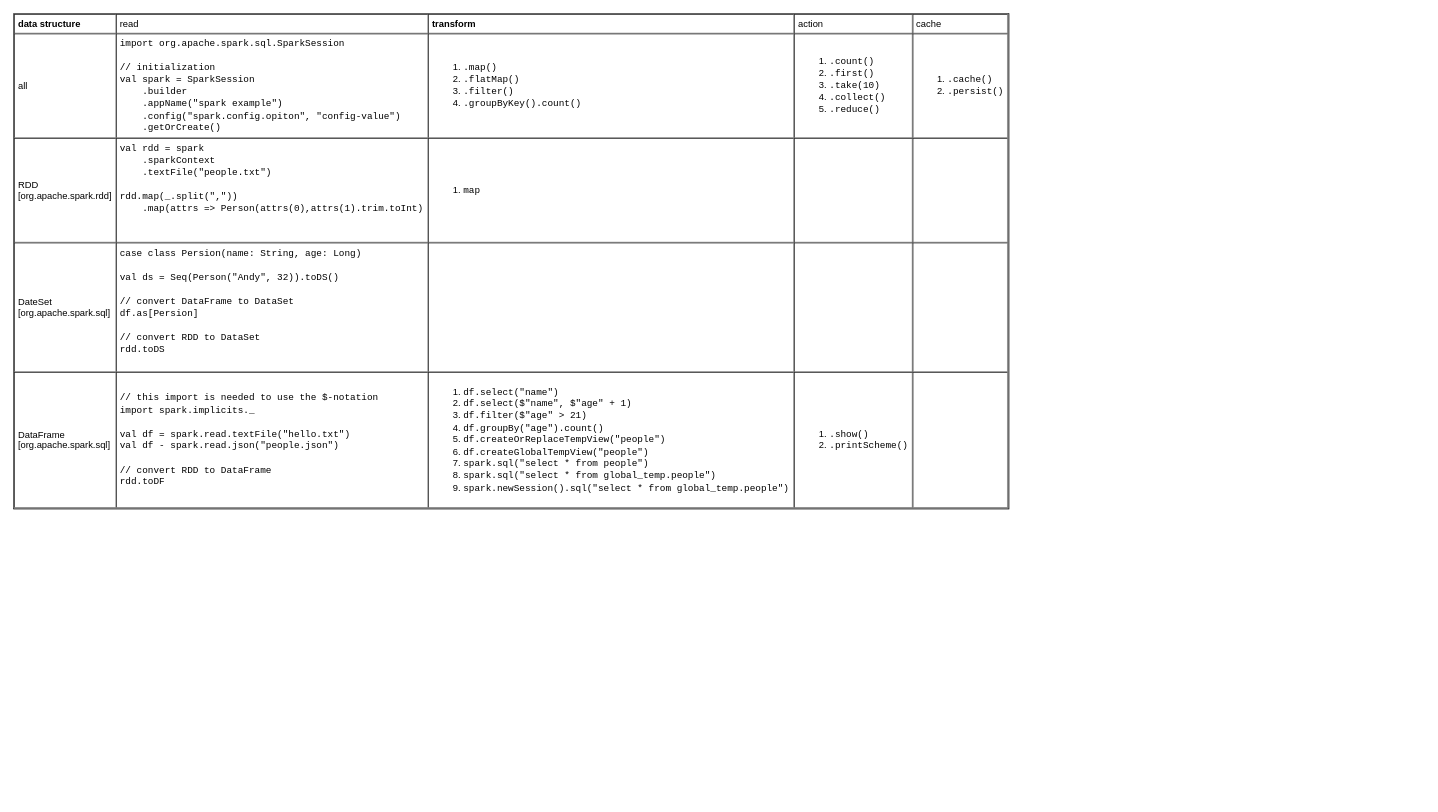
Earlier version of the draw.io diagram page "process" (3 of 4) of languages/scala/spark.drawio (yangdj/tf_docs). Source tidied: cells renumbered, new cells numbered last; positions are measured from the earlier drawing's top-left corner, leaving out a move shared by most shapes. Both pictures are drawn from the tidied source at 78%, with x=0, y=0 at pixel (13, 13).
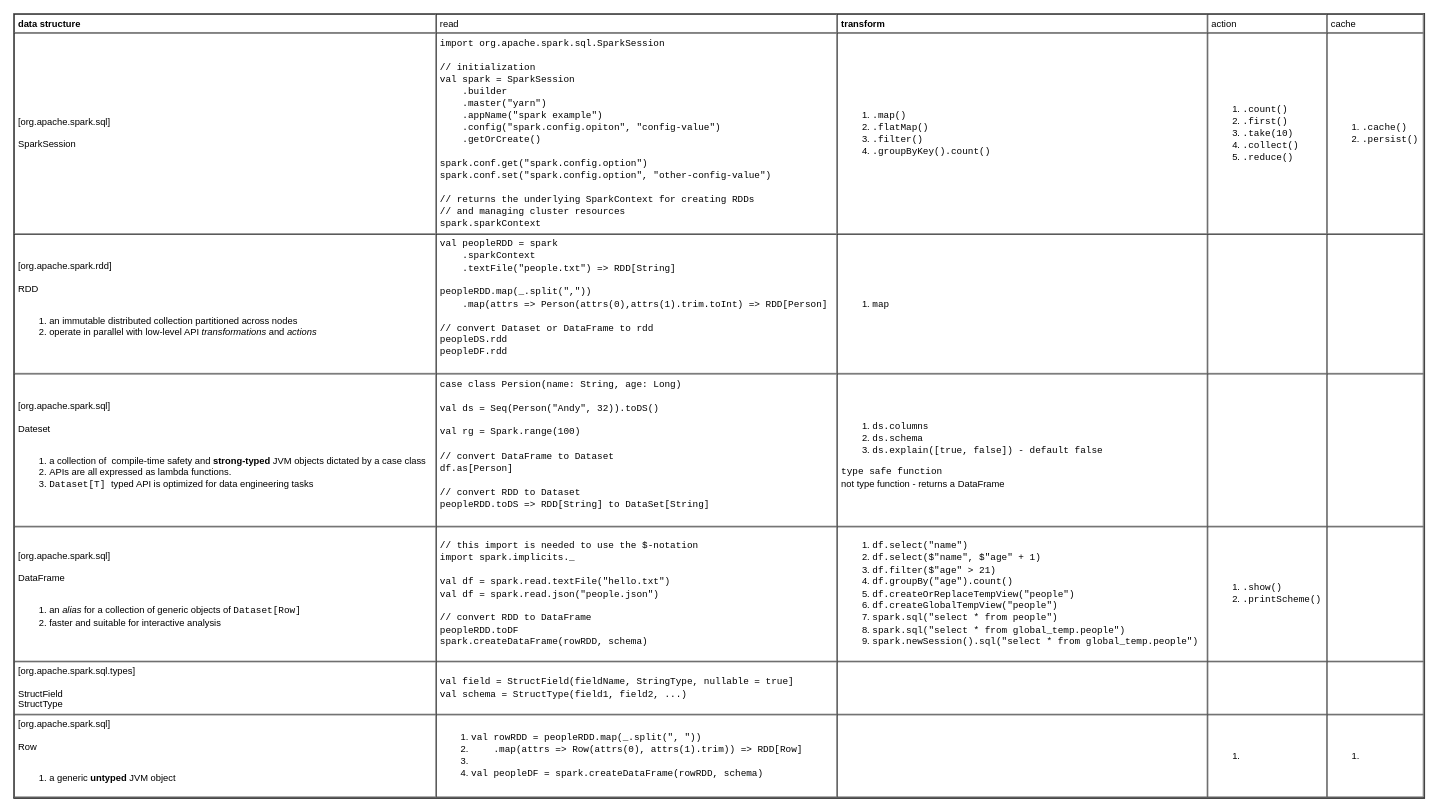
The same diagram, later.

Diff of the diagram source:
```diff
@@
 <mxGraphModel>
   <root>
     <mxCell id="0" />
     <mxCell id="1" parent="0" />
-    <mxCell id="2" value="&lt;table cellpadding=&quot;4&quot; cellspacing=&quot;0&quot; border=&quot;1&quot; style=&quot;font-size: 1em ; width: 100% ; height: 100%&quot;&gt;&lt;tbody&gt;&lt;tr&gt;&lt;th&gt;data structure&lt;br&gt;&lt;/th&gt;&lt;td&gt;read&lt;/td&gt;&lt;th&gt;transform&lt;/th&gt;&lt;td&gt;action&lt;/td&gt;&lt;td&gt;cache&lt;/td&gt;&lt;/tr&gt;&lt;tr&gt;&lt;td&gt;all&lt;/td&gt;&lt;td&gt;&lt;div&gt;&lt;span style=&quot;font-family: &amp;#34;courier new&amp;#34;&quot;&gt;import org.apache.spark.sql.SparkSession&lt;/span&gt;&lt;span style=&quot;font-family: &amp;#34;courier new&amp;#34;&quot;&gt;&lt;br&gt;&lt;/span&gt;&lt;/div&gt;&lt;div&gt;&lt;span style=&quot;font-family: &amp;#34;courier new&amp;#34;&quot;&gt;&lt;br&gt;&lt;/span&gt;&lt;/div&gt;&lt;div&gt;&lt;span style=&quot;font-family: &amp;#34;courier new&amp;#34;&quot;&gt;// initialization&lt;/span&gt;&lt;/div&gt;&lt;div&gt;&lt;span style=&quot;font-family: &amp;#34;courier new&amp;#34;&quot;&gt;val spark = SparkSession&lt;/span&gt;&lt;/div&gt;&lt;div&gt;&lt;span style=&quot;font-family: &amp;#34;courier new&amp;#34;&quot;&gt;&amp;nbsp; &amp;nbsp; .builder&lt;/span&gt;&lt;/div&gt;&lt;div&gt;&lt;span style=&quot;font-family: &amp;#34;courier new&amp;#34;&quot;&gt;&amp;nbsp; &amp;nbsp; .appName(&quot;spark example&quot;)&lt;/span&gt;&lt;/div&gt;&lt;div&gt;&lt;font face=&quot;courier new&quot;&gt;&amp;nbsp; &amp;nbsp; .config(&quot;spark.config.opiton&quot;, &quot;config-value&quot;)&lt;/font&gt;&lt;/div&gt;&lt;div&gt;&lt;span style=&quot;font-family: &amp;#34;courier new&amp;#34;&quot;&gt;&amp;nbsp; &amp;nbsp; .getOrCreate()&lt;/span&gt;&lt;/div&gt;&lt;/td&gt;&lt;td&gt;&lt;ol&gt;&lt;li&gt;&lt;font face=&quot;Courier New&quot;&gt;.map()&lt;/font&gt;&lt;/li&gt;&lt;li&gt;&lt;font face=&quot;Courier New&quot;&gt;.flatMap()&lt;/font&gt;&lt;/li&gt;&lt;li&gt;&lt;font face=&quot;Courier New&quot;&gt;.filter()&lt;/font&gt;&lt;/li&gt;&lt;li&gt;&lt;font face=&quot;Courier New&quot;&gt;.groupByKey().count()&lt;/font&gt;&lt;/li&gt;&lt;/ol&gt;&lt;/td&gt;&lt;td&gt;&lt;ol&gt;&lt;li&gt;&lt;span style=&quot;font-family: &amp;#34;courier new&amp;#34; ; font-size: 1em&quot;&gt;.count()&lt;/span&gt;&lt;br&gt;&lt;/li&gt;&lt;li&gt;&lt;font face=&quot;Courier New&quot;&gt;.first()&lt;/font&gt;&lt;/li&gt;&lt;li&gt;&lt;font face=&quot;Courier New&quot;&gt;.take(10)&lt;/font&gt;&lt;/li&gt;&lt;li&gt;&lt;font face=&quot;Courier New&quot;&gt;.collect()&lt;/font&gt;&lt;/li&gt;&lt;li&gt;&lt;font face=&quot;Courier New&quot;&gt;.reduce()&lt;/font&gt;&lt;/li&gt;&lt;/ol&gt;&lt;/td&gt;&lt;td&gt;&lt;ol&gt;&lt;li&gt;&lt;font face=&quot;Courier New&quot;&gt;.cache()&lt;/font&gt;&lt;/li&gt;&lt;li&gt;&lt;font face=&quot;Courier New&quot;&gt;.persist()&lt;/font&gt;&lt;/li&gt;&lt;/ol&gt;&lt;/td&gt;&lt;/tr&gt;&lt;tr&gt;&lt;td&gt;RDD&lt;br&gt;[org.apache.spark.rdd]&lt;/td&gt;&lt;td&gt;&lt;font face=&quot;Courier New&quot;&gt;val rdd = spark&lt;br&gt;&amp;nbsp; &amp;nbsp; .sparkContext&lt;br&gt;&amp;nbsp; &amp;nbsp; .textFile(&quot;people.txt&quot;)&lt;br&gt;&lt;br&gt;rdd.map(_.split(&quot;,&quot;))&lt;br&gt;&amp;nbsp; &amp;nbsp; .map(attrs =&amp;gt; Person(attrs(0),attrs(1).trim.toInt)&lt;br&gt;&lt;br&gt;&lt;br&gt;&lt;/font&gt;&lt;/td&gt;&lt;td&gt;&lt;ol&gt;&lt;li&gt;&lt;font face=&quot;Courier New&quot;&gt;map&lt;/font&gt;&lt;/li&gt;&lt;/ol&gt;&lt;/td&gt;&lt;td&gt;&lt;br&gt;&lt;/td&gt;&lt;td&gt;&lt;br&gt;&lt;/td&gt;&lt;/tr&gt;&lt;tr&gt;&lt;td&gt;DateSet&lt;br&gt;[org.apache.spark.sql]&lt;/td&gt;&lt;td&gt;&lt;font face=&quot;Courier New&quot;&gt;case class Persion(name: String, age: Long)&lt;br&gt;&lt;br&gt;val ds = Seq(Person(&quot;Andy&quot;, 32)).toDS()&lt;br&gt;&lt;br&gt;// convert DataFrame to DataSet&lt;br&gt;df.as[Persion]&lt;br&gt;&lt;br&gt;// convert RDD to DataSet&lt;br&gt;rdd.toDS&lt;br&gt;&lt;br&gt;&lt;/font&gt;&lt;/td&gt;&lt;td&gt;&lt;br&gt;&lt;/td&gt;&lt;td&gt;&lt;br&gt;&lt;/td&gt;&lt;td&gt;&lt;br&gt;&lt;/td&gt;&lt;/tr&gt;&lt;tr&gt;&lt;td&gt;DataFrame&lt;br&gt;[org.apache.spark.sql]&lt;br&gt;&lt;/td&gt;&lt;td&gt;&lt;div&gt;&lt;span style=&quot;font-family: &amp;#34;courier new&amp;#34;&quot;&gt;// this import is needed to use the $-notation&lt;/span&gt;&lt;br style=&quot;font-family: &amp;#34;courier new&amp;#34;&quot;&gt;&lt;span style=&quot;font-family: &amp;#34;courier new&amp;#34;&quot;&gt;import spark.implicits._&lt;/span&gt;&lt;font face=&quot;Courier New&quot;&gt;&lt;br&gt;&lt;/font&gt;&lt;/div&gt;&lt;div&gt;&lt;span style=&quot;font-family: &amp;#34;courier new&amp;#34;&quot;&gt;&lt;br&gt;&lt;/span&gt;&lt;/div&gt;&lt;font face=&quot;Courier New&quot;&gt;val df = spark.read.textFile(&quot;hello.txt&quot;)&lt;br&gt;val df - spark.read.json(&quot;people.json&quot;)&lt;br&gt;&lt;br&gt;// convert RDD to DataFrame&lt;br&gt;&lt;/font&gt;&lt;span style=&quot;font-family: &amp;#34;courier new&amp;#34;&quot;&gt;rdd.toDF&lt;/span&gt;&lt;br&gt;&lt;/td&gt;&lt;td&gt;&lt;div&gt;&lt;ol&gt;&lt;li&gt;&lt;font face=&quot;Courier New&quot;&gt;df.select(&quot;name&quot;)&lt;/font&gt;&lt;/li&gt;&lt;li&gt;&lt;font face=&quot;Courier New&quot;&gt;df.select($&quot;name&quot;, $&quot;age&quot; + 1)&lt;/font&gt;&lt;/li&gt;&lt;li&gt;&lt;font face=&quot;Courier New&quot;&gt;df.filter($&quot;age&quot; &amp;gt; 21)&lt;/font&gt;&lt;/li&gt;&lt;li&gt;&lt;font face=&quot;Courier New&quot;&gt;df.groupBy(&quot;age&quot;).count()&lt;/font&gt;&lt;/li&gt;&lt;li&gt;&lt;font face=&quot;Courier New&quot;&gt;df.createOrReplaceTempView(&quot;people&quot;)&lt;/font&gt;&lt;/li&gt;&lt;li&gt;&lt;font face=&quot;Courier New&quot;&gt;df.createGlobalTempView(&quot;people&quot;)&lt;/font&gt;&lt;/li&gt;&lt;li&gt;&lt;font face=&quot;Courier New&quot;&gt;spark.sql(&quot;select * from people&quot;)&lt;/font&gt;&lt;/li&gt;&lt;li&gt;&lt;font face=&quot;Courier New&quot;&gt;spark.sql(&quot;select * from global_temp.people&quot;)&lt;/font&gt;&lt;/li&gt;&lt;li&gt;&lt;font face=&quot;Courier New&quot;&gt;spark.newSession().sql(&quot;select * from global_temp.people&quot;)&lt;/font&gt;&lt;/li&gt;&lt;/ol&gt;&lt;/div&gt;&lt;/td&gt;&lt;td&gt;&lt;ol&gt;&lt;li&gt;&lt;font face=&quot;Courier New&quot;&gt;.show()&lt;/font&gt;&lt;/li&gt;&lt;li&gt;&lt;span style=&quot;font-family: &amp;#34;courier new&amp;#34;&quot;&gt;.printScheme()&lt;/span&gt;&lt;/li&gt;&lt;/ol&gt;&lt;/td&gt;&lt;td&gt;&lt;br&gt;&lt;/td&gt;&lt;/tr&gt;&lt;/tbody&gt;&lt;/table&gt; " style="verticalAlign=top;align=left;overflow=fill;fontSize=12;fontFamily=Helvetica;html=1;fillColor=none;" parent="1" vertex="1">
-      <mxGeometry width="1276" height="635" as="geometry" />
+    <mxCell id="2" value="&lt;table cellpadding=&quot;4&quot; cellspacing=&quot;0&quot; border=&quot;1&quot; style=&quot;font-size: 1em ; width: 100% ; height: 100%&quot;&gt;&lt;tbody&gt;&lt;tr&gt;&lt;th&gt;data structure&lt;br&gt;&lt;/th&gt;&lt;td&gt;read&lt;/td&gt;&lt;th&gt;transform&lt;/th&gt;&lt;td&gt;action&lt;/td&gt;&lt;td&gt;cache&lt;/td&gt;&lt;/tr&gt;&lt;tr&gt;&lt;td&gt;[org.apache.spark.sql]&lt;br&gt;&lt;br&gt;SparkSession&lt;/td&gt;&lt;td&gt;&lt;div&gt;&lt;span style=&quot;font-family: &amp;#34;courier new&amp;#34;&quot;&gt;import org.apache.spark.sql.SparkSession&lt;/span&gt;&lt;span style=&quot;font-family: &amp;#34;courier new&amp;#34;&quot;&gt;&lt;br&gt;&lt;/span&gt;&lt;/div&gt;&lt;div&gt;&lt;span style=&quot;font-family: &amp;#34;courier new&amp;#34;&quot;&gt;&lt;br&gt;&lt;/span&gt;&lt;/div&gt;&lt;div&gt;&lt;span style=&quot;font-family: &amp;#34;courier new&amp;#34;&quot;&gt;// initialization&lt;/span&gt;&lt;/div&gt;&lt;div&gt;&lt;span style=&quot;font-family: &amp;#34;courier new&amp;#34;&quot;&gt;val spark = SparkSession&lt;/span&gt;&lt;/div&gt;&lt;div&gt;&lt;span style=&quot;font-family: &amp;#34;courier new&amp;#34;&quot;&gt;&amp;nbsp; &amp;nbsp; .builder&lt;/span&gt;&lt;/div&gt;&lt;div&gt;&lt;span style=&quot;font-family: &amp;#34;courier new&amp;#34;&quot;&gt;&amp;nbsp; &amp;nbsp; .master(&quot;yarn&quot;)&lt;/span&gt;&lt;/div&gt;&lt;div&gt;&lt;span style=&quot;font-family: &amp;#34;courier new&amp;#34;&quot;&gt;&amp;nbsp; &amp;nbsp; .appName(&quot;spark example&quot;)&lt;/span&gt;&lt;/div&gt;&lt;div&gt;&lt;font face=&quot;courier new&quot;&gt;&amp;nbsp; &amp;nbsp; .config(&quot;spark.config.opiton&quot;, &quot;config-value&quot;)&lt;/font&gt;&lt;/div&gt;&lt;div&gt;&lt;span style=&quot;font-family: &amp;#34;courier new&amp;#34;&quot;&gt;&amp;nbsp; &amp;nbsp; .getOrCreate()&lt;/span&gt;&lt;/div&gt;&lt;div&gt;&lt;span style=&quot;font-family: &amp;#34;courier new&amp;#34;&quot;&gt;&lt;br&gt;&lt;/span&gt;&lt;/div&gt;&lt;div&gt;&lt;span style=&quot;font-family: &amp;#34;courier new&amp;#34;&quot;&gt;spark.conf.get(&quot;spark.config.option&quot;)&lt;/span&gt;&lt;/div&gt;&lt;div&gt;&lt;span style=&quot;font-family: &amp;#34;courier new&amp;#34;&quot;&gt;spark.conf.set(&quot;spark.config.option&quot;, &quot;other-config-value&quot;)&lt;/span&gt;&lt;/div&gt;&lt;div&gt;&lt;font face=&quot;courier new&quot;&gt;&lt;br&gt;&lt;/font&gt;&lt;/div&gt;&lt;div&gt;&lt;font face=&quot;courier new&quot;&gt;// returns the underlying SparkContext for creating RDDs&amp;nbsp;&lt;/font&gt;&lt;/div&gt;&lt;div&gt;&lt;font face=&quot;courier new&quot;&gt;// and managing cluster resources&lt;/font&gt;&lt;/div&gt;&lt;div&gt;&lt;span style=&quot;font-family: &amp;#34;courier new&amp;#34;&quot;&gt;spark.sparkContext&lt;/span&gt;&lt;/div&gt;&lt;/td&gt;&lt;td&gt;&lt;ol&gt;&lt;li&gt;&lt;font face=&quot;Courier New&quot;&gt;.map()&lt;/font&gt;&lt;/li&gt;&lt;li&gt;&lt;font face=&quot;Courier New&quot;&gt;.flatMap()&lt;/font&gt;&lt;/li&gt;&lt;li&gt;&lt;font face=&quot;Courier New&quot;&gt;.filter()&lt;/font&gt;&lt;/li&gt;&lt;li&gt;&lt;font face=&quot;Courier New&quot;&gt;.groupByKey().count()&lt;/font&gt;&lt;/li&gt;&lt;/ol&gt;&lt;/td&gt;&lt;td&gt;&lt;ol&gt;&lt;li&gt;&lt;span style=&quot;font-family: &amp;#34;courier new&amp;#34; ; font-size: 1em&quot;&gt;.count()&lt;/span&gt;&lt;br&gt;&lt;/li&gt;&lt;li&gt;&lt;font face=&quot;Courier New&quot;&gt;.first()&lt;/font&gt;&lt;/li&gt;&lt;li&gt;&lt;font face=&quot;Courier New&quot;&gt;.take(10)&lt;/font&gt;&lt;/li&gt;&lt;li&gt;&lt;font face=&quot;Courier New&quot;&gt;.collect()&lt;/font&gt;&lt;/li&gt;&lt;li&gt;&lt;font face=&quot;Courier New&quot;&gt;.reduce()&lt;/font&gt;&lt;/li&gt;&lt;/ol&gt;&lt;/td&gt;&lt;td&gt;&lt;ol&gt;&lt;li&gt;&lt;font face=&quot;Courier New&quot;&gt;.cache()&lt;/font&gt;&lt;/li&gt;&lt;li&gt;&lt;font face=&quot;Courier New&quot;&gt;.persist()&lt;/font&gt;&lt;/li&gt;&lt;/ol&gt;&lt;/td&gt;&lt;/tr&gt;&lt;tr&gt;&lt;td&gt;[org.apache.spark.rdd]&lt;br&gt;&lt;br&gt;RDD&lt;br&gt;&lt;br&gt;&lt;ol&gt;&lt;li&gt;an immutable distributed collection partitioned across nodes&lt;/li&gt;&lt;li&gt;operate in parallel with low-level API&amp;nbsp;&lt;i style=&quot;font-size: 1em&quot;&gt;transformations&lt;/i&gt;&lt;span style=&quot;font-size: 1em&quot;&gt; and &lt;/span&gt;&lt;i style=&quot;font-size: 1em&quot;&gt;actions&lt;/i&gt;&lt;/li&gt;&lt;/ol&gt;&lt;/td&gt;&lt;td&gt;&lt;font face=&quot;Courier New&quot;&gt;val peopleRDD = spark&lt;br&gt;&amp;nbsp; &amp;nbsp; .sparkContext&lt;br&gt;&amp;nbsp; &amp;nbsp; .textFile(&quot;people.txt&quot;) =&amp;gt; RDD[String]&lt;br&gt;&lt;br&gt;peopleRDD.map(_.split(&quot;,&quot;))&lt;br&gt;&amp;nbsp; &amp;nbsp; .map(attrs =&amp;gt; Person(attrs(0),attrs(1).trim.toInt) =&amp;gt; RDD[Person]&lt;br&gt;&lt;br&gt;// convert Dataset or DataFrame to rdd&lt;br&gt;peopleDS.rdd&lt;br&gt;peopleDF.rdd&lt;br&gt;&lt;br&gt;&lt;/font&gt;&lt;/td&gt;&lt;td&gt;&lt;ol&gt;&lt;li&gt;&lt;font face=&quot;Courier New&quot;&gt;map&lt;/font&gt;&lt;/li&gt;&lt;/ol&gt;&lt;/td&gt;&lt;td&gt;&lt;br&gt;&lt;/td&gt;&lt;td&gt;&lt;br&gt;&lt;/td&gt;&lt;/tr&gt;&lt;tr&gt;&lt;td&gt;[org.apache.spark.sql]&lt;br&gt;&lt;br&gt;Dateset&lt;br&gt;&lt;br&gt;&lt;ol&gt;&lt;li&gt;a collection of&amp;nbsp; compile-time safety and&amp;nbsp;&lt;b&gt;strong-typed&lt;/b&gt; JVM objects dictated by a case class&lt;/li&gt;&lt;li&gt;APIs are all expressed as lambda functions.&lt;/li&gt;&lt;li&gt;&lt;font face=&quot;Courier New&quot;&gt;Dataset[T] &lt;/font&gt;typed API is optimized for data engineering tasks&lt;/li&gt;&lt;/ol&gt;&lt;/td&gt;&lt;td&gt;&lt;font face=&quot;Courier New&quot;&gt;case class Persion(name: String, age: Long)&lt;br&gt;&lt;br&gt;val ds = Seq(Person(&quot;Andy&quot;, 32)).toDS()&lt;br&gt;&lt;br&gt;val rg = Spark.range(100)&lt;br&gt;&lt;br&gt;// convert DataFrame to Dataset&lt;br&gt;df.as[Person]&lt;br&gt;&lt;br&gt;// convert RDD to Dataset&lt;br&gt;peopleRDD.toDS =&amp;gt; RDD[String] to DataSet[String]&lt;br&gt;&lt;br&gt;&lt;/font&gt;&lt;/td&gt;&lt;td&gt;&lt;ol&gt;&lt;li&gt;&lt;font face=&quot;Courier New&quot;&gt;ds.columns&lt;/font&gt;&lt;/li&gt;&lt;li&gt;&lt;font face=&quot;Courier New&quot;&gt;ds.schema&lt;/font&gt;&lt;/li&gt;&lt;li&gt;&lt;font face=&quot;Courier New&quot;&gt;ds.explain([true, false]) - default false&lt;/font&gt;&lt;/li&gt;&lt;/ol&gt;&lt;div&gt;&lt;font face=&quot;Courier New&quot;&gt;type safe function&lt;/font&gt;&lt;/div&gt;&lt;div&gt;not type function - returns a DataFrame&lt;/div&gt;&lt;/td&gt;&lt;td&gt;&lt;br&gt;&lt;/td&gt;&lt;td&gt;&lt;br&gt;&lt;/td&gt;&lt;/tr&gt;&lt;tr&gt;&lt;td&gt;[org.apache.spark.sql]&lt;br&gt;&lt;br&gt;DataFrame&lt;br&gt;&lt;br&gt;&lt;ol&gt;&lt;li&gt;an &lt;i&gt;alias&lt;/i&gt; for a collection of generic objects of &lt;font face=&quot;Courier New&quot;&gt;Dataset[Row]&lt;/font&gt;&lt;/li&gt;&lt;li&gt;faster and suitable for interactive analysis&lt;/li&gt;&lt;/ol&gt;&lt;/td&gt;&lt;td&gt;&lt;div&gt;&lt;span style=&quot;font-family: &amp;#34;courier new&amp;#34;&quot;&gt;// this import is needed to use the $-notation&lt;/span&gt;&lt;br style=&quot;font-family: &amp;#34;courier new&amp;#34;&quot;&gt;&lt;span style=&quot;font-family: &amp;#34;courier new&amp;#34;&quot;&gt;import spark.implicits._&lt;/span&gt;&lt;font face=&quot;Courier New&quot;&gt;&lt;br&gt;&lt;/font&gt;&lt;/div&gt;&lt;div&gt;&lt;span style=&quot;font-family: &amp;#34;courier new&amp;#34;&quot;&gt;&lt;br&gt;&lt;/span&gt;&lt;/div&gt;&lt;font face=&quot;Courier New&quot;&gt;val df = spark.read.textFile(&quot;hello.txt&quot;)&lt;br&gt;val df = spark.read.json(&quot;people.json&quot;)&lt;br&gt;&lt;br&gt;// convert RDD to DataFrame&lt;br&gt;peopleRDD&lt;/font&gt;&lt;span style=&quot;font-family: &amp;#34;courier new&amp;#34;&quot;&gt;.toDF&lt;br&gt;&lt;/span&gt;&lt;font face=&quot;Courier New&quot;&gt;spark.createDataFrame(rowRDD, schema)&lt;br&gt;&lt;/font&gt;&lt;/td&gt;&lt;td&gt;&lt;div&gt;&lt;ol&gt;&lt;li&gt;&lt;font face=&quot;Courier New&quot;&gt;df.select(&quot;name&quot;)&lt;/font&gt;&lt;/li&gt;&lt;li&gt;&lt;font face=&quot;Courier New&quot;&gt;df.select($&quot;name&quot;, $&quot;age&quot; + 1)&lt;/font&gt;&lt;/li&gt;&lt;li&gt;&lt;font face=&quot;Courier New&quot;&gt;df.filter($&quot;age&quot; &amp;gt; 21)&lt;/font&gt;&lt;/li&gt;&lt;li&gt;&lt;font face=&quot;Courier New&quot;&gt;df.groupBy(&quot;age&quot;).count()&lt;/font&gt;&lt;/li&gt;&lt;li&gt;&lt;font face=&quot;Courier New&quot;&gt;df.createOrReplaceTempView(&quot;people&quot;)&lt;/font&gt;&lt;/li&gt;&lt;li&gt;&lt;font face=&quot;Courier New&quot;&gt;df.createGlobalTempView(&quot;people&quot;)&lt;/font&gt;&lt;/li&gt;&lt;li&gt;&lt;font face=&quot;Courier New&quot;&gt;spark.sql(&quot;select * from people&quot;)&lt;/font&gt;&lt;/li&gt;&lt;li&gt;&lt;font face=&quot;Courier New&quot;&gt;spark.sql(&quot;select * from global_temp.people&quot;)&lt;/font&gt;&lt;/li&gt;&lt;li&gt;&lt;font face=&quot;Courier New&quot;&gt;spark.newSession().sql(&quot;select * from global_temp.people&quot;)&lt;/font&gt;&lt;/li&gt;&lt;/ol&gt;&lt;/div&gt;&lt;/td&gt;&lt;td&gt;&lt;ol&gt;&lt;li&gt;&lt;font face=&quot;Courier New&quot;&gt;.show()&lt;/font&gt;&lt;/li&gt;&lt;li&gt;&lt;span style=&quot;font-family: &amp;#34;courier new&amp;#34;&quot;&gt;.printScheme()&lt;/span&gt;&lt;/li&gt;&lt;/ol&gt;&lt;/td&gt;&lt;td&gt;&lt;br&gt;&lt;/td&gt;&lt;/tr&gt;&lt;tr&gt;&lt;td&gt;[org.apache.spark.sql.types]&lt;br&gt;&lt;br&gt;StructField&lt;br&gt;StructType&lt;br&gt;&lt;/td&gt;&lt;td&gt;&lt;font face=&quot;Courier New&quot;&gt;val field = StructField(fieldName, StringType, nullable = true]&lt;br&gt;val schema = StructType(field1, field2, ...)&lt;/font&gt;&lt;/td&gt;&lt;td&gt;&lt;br&gt;&lt;/td&gt;&lt;td&gt;&lt;br&gt;&lt;/td&gt;&lt;td&gt;&lt;br&gt;&lt;/td&gt;&lt;/tr&gt;&lt;tr&gt;&lt;td&gt;[org.apache.spark.sql]&lt;br&gt;&lt;br&gt;Row&lt;br&gt;&lt;br&gt;&lt;ol&gt;&lt;li&gt;a generic &lt;b&gt;untyped&lt;/b&gt; JVM object&lt;/li&gt;&lt;/ol&gt;&lt;/td&gt;&lt;td&gt;&lt;ol&gt;&lt;li&gt;&lt;font face=&quot;Courier New&quot;&gt;val rowRDD = peopleRDD.map(_.split(&quot;, &quot;))&lt;/font&gt;&lt;/li&gt;&lt;li&gt;&lt;font face=&quot;Courier New&quot;&gt;&amp;nbsp; &amp;nbsp; .map(attrs =&amp;gt; Row(attrs(0), attrs(1).trim)) =&amp;gt; RDD[Row]&lt;/font&gt;&lt;/li&gt;&lt;li&gt;&lt;font face=&quot;Courier New&quot;&gt;&lt;br&gt;&lt;/font&gt;&lt;/li&gt;&lt;li&gt;&lt;font face=&quot;Courier New&quot;&gt;val peopleDF = spark.createDataFrame(rowRDD, schema)&lt;/font&gt;&lt;/li&gt;&lt;/ol&gt;&lt;/td&gt;&lt;td&gt;&lt;div&gt;&lt;br&gt;&lt;/div&gt;&lt;/td&gt;&lt;td&gt;&lt;ol&gt;&lt;li&gt;&lt;br&gt;&lt;/li&gt;&lt;/ol&gt;&lt;/td&gt;&lt;td&gt;&lt;ol&gt;&lt;li&gt;&lt;br&gt;&lt;/li&gt;&lt;/ol&gt;&lt;/td&gt;&lt;/tr&gt;&lt;/tbody&gt;&lt;/table&gt; " style="verticalAlign=top;align=left;overflow=fill;fontSize=12;fontFamily=Helvetica;html=1;fillColor=none;glass=0;shadow=0;comic=0;" parent="1" vertex="1">
+      <mxGeometry width="1809" height="1006" as="geometry" />
     </mxCell>
   </root>
 </mxGraphModel>
```
